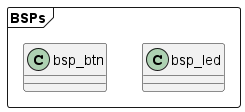
minh2002sn/led_control keeps this PlantUML diagram as docs/docs/architecture_bsps/architecture_bsps.png. Above is the earlier version.
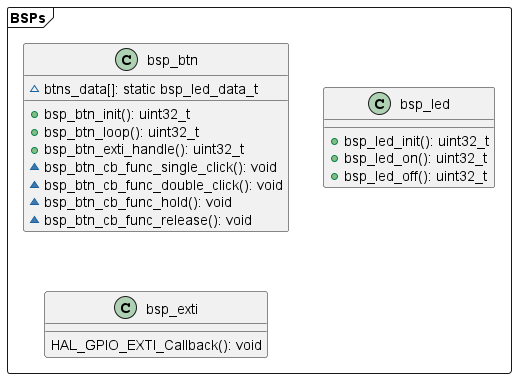
The same diagram one commit later.

The edit, as a diff of the source:
```diff
@@ -2,7 +2,28 @@
 
 package BSPs <<Frame>> {
   class bsp_btn
+  {
+    ~btns_data[]: static bsp_led_data_t
+    +bsp_btn_init(): uint32_t
+    +bsp_btn_loop(): uint32_t
+    +bsp_btn_exti_handle(): uint32_t
+    ~bsp_btn_cb_func_single_click(): void
+    ~bsp_btn_cb_func_double_click(): void
+    ~bsp_btn_cb_func_hold(): void
+    ~bsp_btn_cb_func_release(): void
+  }
+
   class bsp_led
+  {
+    +bsp_led_init(): uint32_t
+    +bsp_led_on(): uint32_t
+    +bsp_led_off(): uint32_t
+  }
+
+  class bsp_exti
+  {
+    HAL_GPIO_EXTI_Callback(): void
+  }
 }
 
 @enduml
```
